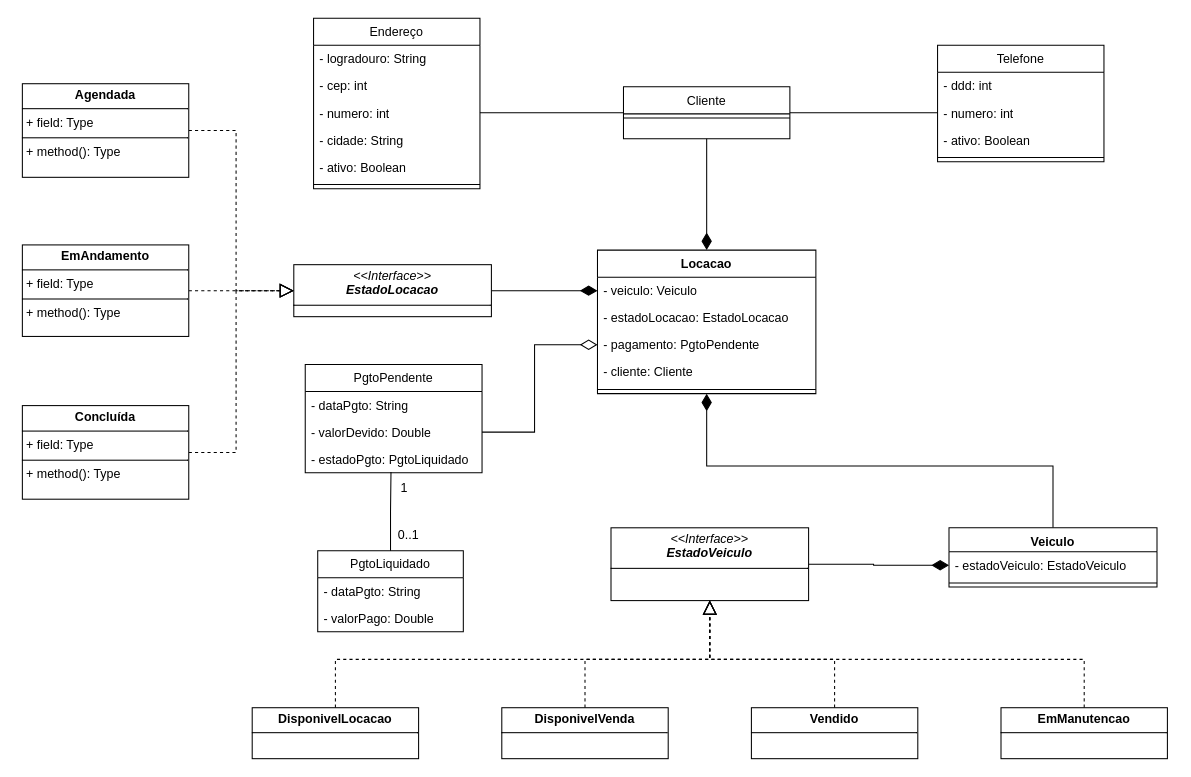
Above: Exercício 2 - Material 3.drawio in luckasppp/diagrams (draw.io), before the change. Source tidied: cells renumbered, new cells numbered last; positions are measured from the earlier drawing's top-left corner, leaving out a move shared by most shapes. Both pictures are drawn from the tidied source at 104%, with x=0, y=0 at pixel (22, 18).
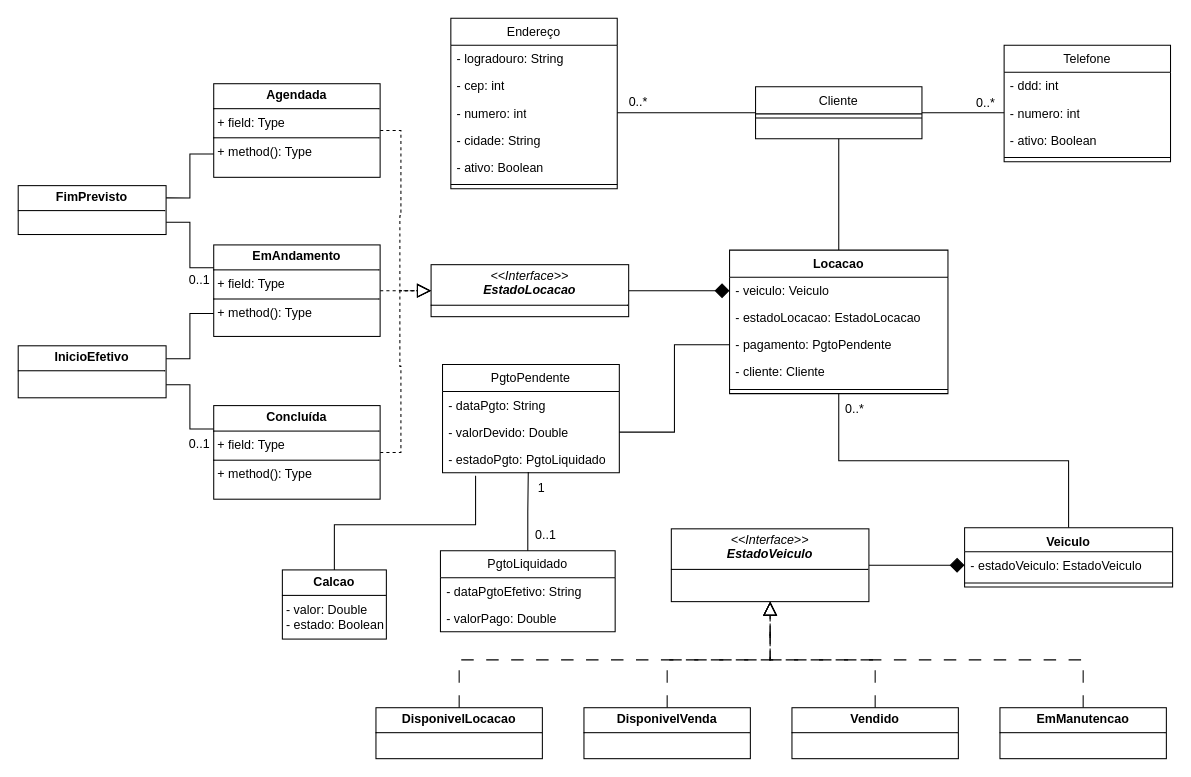
After the change.

The change refers to these unchanged cells:
```xml
<mxCell id="19" value="- veiculo: Veiculo" style="text;strokeColor=none;fillColor=none;align=left;verticalAlign=top;spacingLeft=4;spacingRight=4;overflow=hidden;points=[[0,0.5],[1,0.5]];portConstraint=eastwest;whiteSpace=wrap;html=1;" parent="18" vertex="1">
  <mxGeometry y="26" width="210" height="26" as="geometry" />
</mxCell>
<mxCell id="21" value="- pagamento: PgtoPendente" style="text;strokeColor=none;fillColor=none;align=left;verticalAlign=top;spacingLeft=4;spacingRight=4;overflow=hidden;points=[[0,0.5],[1,0.5]];portConstraint=eastwest;whiteSpace=wrap;html=1;" parent="18" vertex="1">
  <mxGeometry y="78" width="210" height="26" as="geometry" />
</mxCell>
<mxCell id="35" value="- estadoVeiculo: EstadoVeiculo" style="text;strokeColor=none;fillColor=none;align=left;verticalAlign=top;spacingLeft=4;spacingRight=4;overflow=hidden;points=[[0,0.5],[1,0.5]];portConstraint=eastwest;whiteSpace=wrap;html=1;" parent="34" vertex="1">
  <mxGeometry y="23" width="200" height="26" as="geometry" />
</mxCell>
<mxCell id="49" value="- valorDevido: Double" style="text;strokeColor=none;fillColor=none;align=left;verticalAlign=top;spacingLeft=4;spacingRight=4;overflow=hidden;points=[[0,0.5],[1,0.5]];portConstraint=eastwest;whiteSpace=wrap;html=1;" parent="47" vertex="1">
  <mxGeometry y="52" width="170" height="26" as="geometry" />
</mxCell>
<mxCell id="50" value="- estadoPgto: PgtoLiquidado" style="text;strokeColor=none;fillColor=none;align=left;verticalAlign=top;spacingLeft=4;spacingRight=4;overflow=hidden;points=[[0,0.5],[1,0.5]];portConstraint=eastwest;whiteSpace=wrap;html=1;" parent="47" vertex="1">
  <mxGeometry y="78" width="170" height="26" as="geometry" />
</mxCell>
```

What changed in the source:
```diff
@@
-    <mxCell id="2" style="edgeStyle=orthogonalEdgeStyle;rounded=0;jettySize=auto;html=1;exitX=0.5;exitY=1;exitDx=0;exitDy=0;entryX=0.5;entryY=0;entryDx=0;entryDy=0;endSize=14;endArrow=diamondThin;endFill=1;" parent="1" edge="1" source="3" target="18">
+    <mxCell id="2" style="edgeStyle=orthogonalEdgeStyle;rounded=0;jettySize=auto;html=1;exitX=0.5;exitY=1;exitDx=0;exitDy=0;entryX=0.5;entryY=0;entryDx=0;entryDy=0;endSize=14;endArrow=none;endFill=1;startFill=0;" parent="1" edge="1" source="3" target="18">
       <mxGeometry relative="1" as="geometry" />
     </mxCell>
     <mxCell id="3" value="Cliente" style="swimlane;fontStyle=0;align=center;verticalAlign=top;horizontal=1;startSize=26;rounded=0;shadow=0;strokeWidth=1;" parent="1" vertex="1">
-      <mxGeometry x="578" y="66" width="160" height="50" as="geometry" />
+      <mxGeometry x="705" y="66" width="160" height="50" as="geometry" />
     </mxCell>
@@
     <mxCell id="5" value="Endereço" style="swimlane;fontStyle=0;align=center;verticalAlign=top;horizontal=1;startSize=26;rounded=0;shadow=0;strokeWidth=1;" parent="1" vertex="1">
-      <mxGeometry x="280" width="160" height="164" as="geometry" />
+      <mxGeometry x="412" width="160" height="164" as="geometry" />
     </mxCell>
@@
     <mxCell id="13" value="Telefone" style="swimlane;fontStyle=0;align=center;verticalAlign=top;horizontal=1;startSize=26;rounded=0;shadow=0;strokeWidth=1;" parent="1" vertex="1">
-      <mxGeometry x="880" y="26" width="160" height="112" as="geometry" />
+      <mxGeometry x="944" y="26" width="160" height="112" as="geometry" />
     </mxCell>
@@
     <mxCell id="18" value="Locacao" style="swimlane;fontStyle=1;align=center;verticalAlign=top;horizontal=1;startSize=26;whiteSpace=wrap;html=1;" parent="1" vertex="1">
-      <mxGeometry x="553" y="223" width="210" height="138" as="geometry" />
+      <mxGeometry x="680" y="223" width="210" height="138" as="geometry" />
     </mxCell>
@@
-    <mxCell id="24" style="edgeStyle=orthogonalEdgeStyle;rounded=0;jettySize=auto;html=1;entryX=0;entryY=0.5;entryDx=0;entryDy=0;endSize=14;endArrow=diamondThin;endFill=1;exitX=1;exitY=0.5;exitDx=0;exitDy=0;" parent="1" edge="1" source="25" target="19">
+    <mxCell id="24" style="edgeStyle=orthogonalEdgeStyle;rounded=0;jettySize=auto;html=1;entryX=0;entryY=0.5;entryDx=0;entryDy=0;endSize=12;endArrow=diamond;endFill=1;exitX=1;exitY=0.5;exitDx=0;exitDy=0;" parent="1" edge="1" source="25" target="19">
       <mxGeometry relative="1" as="geometry" />
     </mxCell>
     <mxCell id="25" value="&lt;p style=&quot;margin:0px;margin-top:4px;text-align:center;&quot;&gt;&lt;i&gt;&amp;lt;&amp;lt;Interface&amp;gt;&amp;gt;&lt;br&gt;&lt;b&gt;EstadoLocacao&lt;/b&gt;&lt;/i&gt;&lt;/p&gt;&lt;hr size=&quot;1&quot; style=&quot;border-style:solid;&quot;&gt;&lt;p style=&quot;margin:0px;margin-left:4px;&quot;&gt;&lt;/p&gt;&lt;p style=&quot;margin:0px;margin-left:4px;&quot;&gt;&lt;br&gt;&lt;/p&gt;" style="verticalAlign=top;align=left;overflow=fill;html=1;whiteSpace=wrap;" parent="1" vertex="1">
-      <mxGeometry x="261" y="237" width="190" height="50" as="geometry" />
+      <mxGeometry x="393" y="237" width="190" height="50" as="geometry" />
     </mxCell>
@@
     <mxCell id="27" value="&lt;p style=&quot;margin:0px;margin-top:4px;text-align:center;&quot;&gt;&lt;b&gt;Agendada&lt;/b&gt;&lt;/p&gt;&lt;hr size=&quot;1&quot; style=&quot;border-style:solid;&quot;&gt;&lt;p style=&quot;margin:0px;margin-left:4px;&quot;&gt;+ field: Type&lt;/p&gt;&lt;hr size=&quot;1&quot; style=&quot;border-style:solid;&quot;&gt;&lt;p style=&quot;margin:0px;margin-left:4px;&quot;&gt;+ method(): Type&lt;/p&gt;" style="verticalAlign=top;align=left;overflow=fill;html=1;whiteSpace=wrap;" parent="1" vertex="1">
-      <mxGeometry y="63" width="160" height="90" as="geometry" />
+      <mxGeometry x="184" y="63" width="160" height="90" as="geometry" />
     </mxCell>
@@
     <mxCell id="29" value="&lt;p style=&quot;margin:0px;margin-top:4px;text-align:center;&quot;&gt;&lt;b&gt;EmAndamento&lt;/b&gt;&lt;/p&gt;&lt;hr size=&quot;1&quot; style=&quot;border-style:solid;&quot;&gt;&lt;p style=&quot;margin:0px;margin-left:4px;&quot;&gt;+ field: Type&lt;/p&gt;&lt;hr size=&quot;1&quot; style=&quot;border-style:solid;&quot;&gt;&lt;p style=&quot;margin:0px;margin-left:4px;&quot;&gt;+ method(): Type&lt;/p&gt;" style="verticalAlign=top;align=left;overflow=fill;html=1;whiteSpace=wrap;" parent="1" vertex="1">
-      <mxGeometry y="218" width="160" height="88" as="geometry" />
+      <mxGeometry x="184" y="218" width="160" height="88" as="geometry" />
     </mxCell>
@@
     <mxCell id="31" value="&lt;p style=&quot;margin:0px;margin-top:4px;text-align:center;&quot;&gt;&lt;b&gt;Concluída&lt;/b&gt;&lt;/p&gt;&lt;hr size=&quot;1&quot; style=&quot;border-style:solid;&quot;&gt;&lt;p style=&quot;margin:0px;margin-left:4px;&quot;&gt;+ field: Type&lt;/p&gt;&lt;hr size=&quot;1&quot; style=&quot;border-style:solid;&quot;&gt;&lt;p style=&quot;margin:0px;margin-left:4px;&quot;&gt;+ method(): Type&lt;/p&gt;" style="verticalAlign=top;align=left;overflow=fill;html=1;whiteSpace=wrap;" parent="1" vertex="1">
-      <mxGeometry y="372.5" width="160" height="90" as="geometry" />
+      <mxGeometry x="184" y="372.5" width="160" height="90" as="geometry" />
     </mxCell>
@@
-    <mxCell id="33" style="edgeStyle=orthogonalEdgeStyle;rounded=0;jettySize=auto;html=1;exitX=0.5;exitY=0;exitDx=0;exitDy=0;entryX=0.5;entryY=1;entryDx=0;entryDy=0;endArrow=diamondThin;endFill=1;endSize=14;" parent="1" edge="1" source="34" target="18">
+    <mxCell id="33" style="edgeStyle=orthogonalEdgeStyle;rounded=0;jettySize=auto;html=1;exitX=0.5;exitY=0;exitDx=0;exitDy=0;entryX=0.5;entryY=1;entryDx=0;entryDy=0;endArrow=none;endFill=1;endSize=14;startFill=0;" parent="1" edge="1" source="34" target="18">
       <mxGeometry relative="1" as="geometry" />
     </mxCell>
     <mxCell id="34" value="Veiculo" style="swimlane;fontStyle=1;align=center;verticalAlign=top;horizontal=1;startSize=23;whiteSpace=wrap;html=1;" parent="1" vertex="1">
-      <mxGeometry x="891" y="490" width="200" height="57" as="geometry" />
+      <mxGeometry x="906" y="490" width="200" height="57" as="geometry" />
     </mxCell>
@@
-    <mxCell id="37" style="edgeStyle=orthogonalEdgeStyle;rounded=0;jettySize=auto;html=1;endSize=14;endArrow=diamondThin;endFill=1;exitX=1;exitY=0.5;exitDx=0;exitDy=0;entryX=0;entryY=0.5;entryDx=0;entryDy=0;" parent="1" edge="1" source="38" target="35">
+    <mxCell id="37" style="edgeStyle=orthogonalEdgeStyle;rounded=0;jettySize=auto;html=1;endSize=12;endArrow=diamond;endFill=1;exitX=1;exitY=0.5;exitDx=0;exitDy=0;entryX=0;entryY=0.5;entryDx=0;entryDy=0;" parent="1" edge="1" source="38" target="35">
       <mxGeometry relative="1" as="geometry" />
     </mxCell>
     <mxCell id="38" value="&lt;p style=&quot;margin:0px;margin-top:4px;text-align:center;&quot;&gt;&lt;i&gt;&amp;lt;&amp;lt;Interface&amp;gt;&amp;gt;&lt;br&gt;&lt;b&gt;EstadoVeiculo&lt;/b&gt;&lt;/i&gt;&lt;/p&gt;&lt;hr size=&quot;1&quot; style=&quot;border-style:solid;&quot;&gt;&lt;p style=&quot;margin:0px;margin-left:4px;&quot;&gt;&lt;/p&gt;&lt;p style=&quot;margin:0px;margin-left:4px;&quot;&gt;&lt;br&gt;&lt;/p&gt;" style="verticalAlign=top;align=left;overflow=fill;html=1;whiteSpace=wrap;" parent="1" vertex="1">
-      <mxGeometry x="566" y="490" width="190" height="70" as="geometry" />
+      <mxGeometry x="624" y="491" width="190" height="70" as="geometry" />
     </mxCell>
-    <mxCell id="39" style="edgeStyle=orthogonalEdgeStyle;rounded=0;jettySize=auto;html=1;exitX=0.5;exitY=0;exitDx=0;exitDy=0;entryX=0.5;entryY=1;entryDx=0;entryDy=0;dashed=1;strokeColor=default;align=center;verticalAlign=middle;fontFamily=Helvetica;fontSize=11;fontColor=default;labelBackgroundColor=default;endArrow=block;endFill=0;endSize=11;" parent="1" edge="1" source="40" target="38">
+    <mxCell id="39" style="edgeStyle=orthogonalEdgeStyle;rounded=0;jettySize=auto;html=1;exitX=0.5;exitY=0;exitDx=0;exitDy=0;entryX=0.5;entryY=1;entryDx=0;entryDy=0;dashed=1;strokeColor=default;align=center;verticalAlign=middle;fontFamily=Helvetica;fontSize=11;fontColor=default;labelBackgroundColor=default;endArrow=block;endFill=0;endSize=11;dashPattern=12 12;" parent="1" edge="1" source="40" target="38">
       <mxGeometry relative="1" as="geometry" />
     </mxCell>
     <mxCell id="40" value="&lt;p style=&quot;margin:0px;margin-top:4px;text-align:center;&quot;&gt;&lt;b&gt;DisponivelVenda&lt;/b&gt;&lt;/p&gt;&lt;hr size=&quot;1&quot; style=&quot;border-style:solid;&quot;&gt;&lt;p style=&quot;margin:0px;margin-left:4px;&quot;&gt;&lt;/p&gt;&lt;p style=&quot;margin:0px;margin-left:4px;&quot;&gt;&lt;br&gt;&lt;/p&gt;" style="verticalAlign=top;align=left;overflow=fill;html=1;whiteSpace=wrap;" parent="1" vertex="1">
-      <mxGeometry x="461" y="663" width="160" height="49" as="geometry" />
+      <mxGeometry x="540" y="663" width="160" height="49" as="geometry" />
     </mxCell>
-    <mxCell id="41" style="edgeStyle=orthogonalEdgeStyle;rounded=0;jettySize=auto;html=1;exitX=0.5;exitY=0;exitDx=0;exitDy=0;dashed=1;strokeColor=default;align=center;verticalAlign=middle;fontFamily=Helvetica;fontSize=11;fontColor=default;labelBackgroundColor=default;endArrow=block;endFill=0;endSize=11;entryX=0.5;entryY=1;entryDx=0;entryDy=0;" parent="1" edge="1" source="42" target="38">
+    <mxCell id="41" style="edgeStyle=orthogonalEdgeStyle;rounded=0;jettySize=auto;html=1;exitX=0.5;exitY=0;exitDx=0;exitDy=0;dashed=1;strokeColor=default;align=center;verticalAlign=middle;fontFamily=Helvetica;fontSize=11;fontColor=default;labelBackgroundColor=default;endArrow=block;endFill=0;endSize=11;entryX=0.5;entryY=1;entryDx=0;entryDy=0;dashPattern=12 12;" parent="1" edge="1" source="42" target="38">
       <mxGeometry relative="1" as="geometry" />
     </mxCell>
     <mxCell id="42" value="&lt;p style=&quot;margin:0px;margin-top:4px;text-align:center;&quot;&gt;&lt;b&gt;Vendido&lt;/b&gt;&lt;/p&gt;&lt;hr size=&quot;1&quot; style=&quot;border-style:solid;&quot;&gt;&lt;p style=&quot;margin:0px;margin-left:4px;&quot;&gt;&lt;/p&gt;&lt;p style=&quot;margin:0px;margin-left:4px;&quot;&gt;&lt;br&gt;&lt;/p&gt;" style="verticalAlign=top;align=left;overflow=fill;html=1;whiteSpace=wrap;" parent="1" vertex="1">
-      <mxGeometry x="701" y="663" width="160" height="49" as="geometry" />
+      <mxGeometry x="740" y="663" width="160" height="49" as="geometry" />
     </mxCell>
-    <mxCell id="43" style="edgeStyle=orthogonalEdgeStyle;rounded=0;jettySize=auto;html=1;exitX=0.5;exitY=0;exitDx=0;exitDy=0;entryX=0.5;entryY=1;entryDx=0;entryDy=0;endSize=11;endArrow=block;endFill=0;dashed=1;" parent="1" edge="1" source="44" target="38">
+    <mxCell id="43" style="edgeStyle=orthogonalEdgeStyle;rounded=0;jettySize=auto;html=1;exitX=0.5;exitY=0;exitDx=0;exitDy=0;entryX=0.5;entryY=1;entryDx=0;entryDy=0;endSize=11;endArrow=block;endFill=0;dashed=1;dashPattern=12 12;" parent="1" edge="1" source="44" target="38">
       <mxGeometry relative="1" as="geometry" />
     </mxCell>
     <mxCell id="44" value="&lt;p style=&quot;margin:0px;margin-top:4px;text-align:center;&quot;&gt;&lt;b&gt;EmManutencao&lt;/b&gt;&lt;/p&gt;&lt;hr size=&quot;1&quot; style=&quot;border-style:solid;&quot;&gt;&lt;p style=&quot;margin:0px;margin-left:4px;&quot;&gt;&lt;/p&gt;&lt;p style=&quot;margin:0px;margin-left:4px;&quot;&gt;&lt;br&gt;&lt;/p&gt;" style="verticalAlign=top;align=left;overflow=fill;html=1;whiteSpace=wrap;" parent="1" vertex="1">
-      <mxGeometry x="941" y="663" width="160" height="49" as="geometry" />
+      <mxGeometry x="940" y="663" width="160" height="49" as="geometry" />
     </mxCell>
-    <mxCell id="45" style="edgeStyle=orthogonalEdgeStyle;rounded=0;jettySize=auto;html=1;exitX=0.5;exitY=0;exitDx=0;exitDy=0;entryX=0.5;entryY=1;entryDx=0;entryDy=0;endSize=11;endArrow=block;endFill=0;dashed=1;" parent="1" edge="1" source="46" target="38">
+    <mxCell id="45" style="edgeStyle=orthogonalEdgeStyle;rounded=0;jettySize=auto;html=1;exitX=0.5;exitY=0;exitDx=0;exitDy=0;entryX=0.5;entryY=1;entryDx=0;entryDy=0;endSize=11;endArrow=block;endFill=0;dashed=1;dashPattern=12 12;" parent="1" edge="1" source="46" target="38">
       <mxGeometry relative="1" as="geometry" />
     </mxCell>
     <mxCell id="46" value="&lt;p style=&quot;margin:0px;margin-top:4px;text-align:center;&quot;&gt;&lt;b&gt;DisponivelLocacao&lt;/b&gt;&lt;/p&gt;&lt;hr size=&quot;1&quot; style=&quot;border-style:solid;&quot;&gt;&lt;p style=&quot;margin:0px;margin-left:4px;&quot;&gt;&lt;/p&gt;&lt;p style=&quot;margin:0px;margin-left:4px;&quot;&gt;&lt;br&gt;&lt;/p&gt;" style="verticalAlign=top;align=left;overflow=fill;html=1;whiteSpace=wrap;" parent="1" vertex="1">
-      <mxGeometry x="221" y="663" width="160" height="49" as="geometry" />
+      <mxGeometry x="340" y="663" width="160" height="49" as="geometry" />
     </mxCell>
     <mxCell id="47" value="PgtoPendente" style="swimlane;fontStyle=0;horizontal=1;startSize=26;fillColor=none;whiteSpace=wrap;html=1;" parent="1" vertex="1">
-      <mxGeometry x="272" y="333" width="170" height="104" as="geometry" />
+      <mxGeometry x="404" y="333" width="170" height="104" as="geometry" />
     </mxCell>
@@
     <mxCell id="51" value="PgtoLiquidado" style="swimlane;fontStyle=0;horizontal=1;startSize=26;fillColor=none;whiteSpace=wrap;html=1;" parent="1" vertex="1">
-      <mxGeometry x="284" y="512" width="140" height="78" as="geometry" />
+      <mxGeometry x="402" y="512" width="168" height="78" as="geometry" />
     </mxCell>
-    <mxCell id="52" value="- dataPgto: String" style="text;strokeColor=none;fillColor=none;align=left;verticalAlign=top;spacingLeft=4;spacingRight=4;overflow=hidden;whiteSpace=wrap;html=1;" parent="51" vertex="1">
-      <mxGeometry y="26" width="140" height="26" as="geometry" />
+    <mxCell id="52" value="- dataPgtoEfetivo: String" style="text;strokeColor=none;fillColor=none;align=left;verticalAlign=top;spacingLeft=4;spacingRight=4;overflow=hidden;whiteSpace=wrap;html=1;" parent="51" vertex="1">
+      <mxGeometry y="26" width="168" height="26" as="geometry" />
     </mxCell>
     <mxCell id="53" value="- valorPago: Double" style="text;strokeColor=none;fillColor=none;align=left;verticalAlign=top;spacingLeft=4;spacingRight=4;overflow=hidden;whiteSpace=wrap;html=1;" parent="51" vertex="1">
-      <mxGeometry y="52" width="140" height="26" as="geometry" />
+      <mxGeometry y="52" width="168" height="26" as="geometry" />
     </mxCell>
@@
     <mxCell id="55" value="1" style="text;html=1;align=center;verticalAlign=middle;strokeColor=none;fillColor=none;" parent="1" vertex="1">
-      <mxGeometry x="352" y="437" width="30" height="30" as="geometry" />
+      <mxGeometry x="484" y="437" width="30" height="30" as="geometry" />
     </mxCell>
     <mxCell id="56" value="0..1" style="text;html=1;align=center;verticalAlign=middle;strokeColor=none;fillColor=none;" parent="1" vertex="1">
-      <mxGeometry x="351" y="482" width="40" height="30" as="geometry" />
+      <mxGeometry x="483" y="482" width="40" height="30" as="geometry" />
     </mxCell>
-    <mxCell id="57" style="edgeStyle=orthogonalEdgeStyle;rounded=0;jettySize=auto;html=1;exitX=1;exitY=0.5;exitDx=0;exitDy=0;entryX=0;entryY=0.5;entryDx=0;entryDy=0;endArrow=diamondThin;endFill=0;endSize=14;" parent="1" edge="1" source="49" target="21">
+    <mxCell id="57" style="edgeStyle=orthogonalEdgeStyle;rounded=0;jettySize=auto;html=1;exitX=1;exitY=0.5;exitDx=0;exitDy=0;entryX=0;entryY=0.5;entryDx=0;entryDy=0;endArrow=none;endFill=0;endSize=14;startFill=0;" parent="1" edge="1" source="49" target="21">
       <mxGeometry relative="1" as="geometry" />
     </mxCell>
+    <mxCell id="58" style="edgeStyle=orthogonalEdgeStyle;rounded=0;jettySize=auto;html=1;exitX=1;exitY=0.25;exitDx=0;exitDy=0;entryX=0;entryY=0.75;entryDx=0;entryDy=0;endArrow=none;startFill=0;" parent="1" edge="1" source="60" target="27">
+      <mxGeometry relative="1" as="geometry" />
+    </mxCell>
+    <mxCell id="59" style="edgeStyle=orthogonalEdgeStyle;rounded=0;jettySize=auto;html=1;exitX=1;exitY=0.75;exitDx=0;exitDy=0;entryX=0;entryY=0.25;entryDx=0;entryDy=0;endArrow=none;startFill=0;" parent="1" edge="1" source="60" target="29">
+      <mxGeometry relative="1" as="geometry" />
+    </mxCell>
+    <mxCell id="60" value="&lt;p style=&quot;margin:0px;margin-top:4px;text-align:center;&quot;&gt;&lt;b&gt;FimPrevisto&lt;/b&gt;&lt;/p&gt;&lt;hr size=&quot;1&quot; style=&quot;border-style:solid;&quot;&gt;&lt;p style=&quot;margin:0px;margin-left:4px;&quot;&gt;&lt;/p&gt;&lt;p style=&quot;margin:0px;margin-left:4px;&quot;&gt;&lt;br&gt;&lt;/p&gt;" style="verticalAlign=top;align=left;overflow=fill;html=1;whiteSpace=wrap;" parent="1" vertex="1">
+      <mxGeometry x="-4" y="161" width="142.2" height="47" as="geometry" />
+    </mxCell>
+    <mxCell id="61" style="edgeStyle=orthogonalEdgeStyle;rounded=0;jettySize=auto;html=1;exitX=1;exitY=0.25;exitDx=0;exitDy=0;entryX=0;entryY=0.75;entryDx=0;entryDy=0;endArrow=none;startFill=0;" parent="1" edge="1" source="63" target="29">
+      <mxGeometry relative="1" as="geometry" />
+    </mxCell>
+    <mxCell id="62" style="edgeStyle=orthogonalEdgeStyle;rounded=0;jettySize=auto;html=1;exitX=1;exitY=0.75;exitDx=0;exitDy=0;entryX=0;entryY=0.25;entryDx=0;entryDy=0;endArrow=none;startFill=0;" parent="1" edge="1" source="63" target="31">
+      <mxGeometry relative="1" as="geometry" />
+    </mxCell>
+    <mxCell id="63" value="&lt;p style=&quot;margin:0px;margin-top:4px;text-align:center;&quot;&gt;&lt;b&gt;InicioEfetivo&lt;/b&gt;&lt;/p&gt;&lt;hr size=&quot;1&quot; style=&quot;border-style:solid;&quot;&gt;&lt;p style=&quot;margin:0px;margin-left:4px;&quot;&gt;&lt;/p&gt;&lt;p style=&quot;margin:0px;margin-left:4px;&quot;&gt;&lt;br&gt;&lt;/p&gt;" style="verticalAlign=top;align=left;overflow=fill;html=1;whiteSpace=wrap;" parent="1" vertex="1">
+      <mxGeometry x="-4" y="315" width="142.2" height="50" as="geometry" />
+    </mxCell>
+    <mxCell id="64" value="0..1" style="text;html=1;align=center;verticalAlign=middle;strokeColor=none;fillColor=none;" parent="1" vertex="1">
+      <mxGeometry x="150" y="237" width="40" height="30" as="geometry" />
+    </mxCell>
+    <mxCell id="65" value="0..1" style="text;html=1;align=center;verticalAlign=middle;strokeColor=none;fillColor=none;" parent="1" vertex="1">
+      <mxGeometry x="150" y="395" width="40" height="30" as="geometry" />
+    </mxCell>
+    <mxCell id="66" value="0..*" style="text;html=1;align=center;verticalAlign=middle;strokeColor=none;fillColor=none;" parent="1" vertex="1">
+      <mxGeometry x="780" y="361" width="40" height="30" as="geometry" />
+    </mxCell>
+    <mxCell id="67" style="edgeStyle=orthogonalEdgeStyle;rounded=0;jettySize=auto;html=1;exitX=0.5;exitY=0;exitDx=0;exitDy=0;entryX=0.187;entryY=1.115;entryDx=0;entryDy=0;endArrow=none;startFill=0;entryPerimeter=0;" parent="1" edge="1" source="68" target="50">
+      <mxGeometry relative="1" as="geometry">
+        <Array as="points">
+          <mxPoint x="300" y="487" />
+          <mxPoint x="436" y="487" />
+        </Array>
+      </mxGeometry>
+    </mxCell>
+    <mxCell id="68" value="&lt;p style=&quot;margin:0px;margin-top:4px;text-align:center;&quot;&gt;&lt;b&gt;Calcao&lt;/b&gt;&lt;/p&gt;&lt;hr size=&quot;1&quot; style=&quot;border-style:solid;&quot;&gt;&lt;p style=&quot;margin:0px;margin-left:4px;&quot;&gt;&lt;/p&gt;&lt;p style=&quot;margin:0px;margin-left:4px;&quot;&gt;- valor: Double&lt;/p&gt;&lt;p style=&quot;margin:0px;margin-left:4px;&quot;&gt;- estado: Boolean&lt;/p&gt;" style="verticalAlign=top;align=left;overflow=fill;html=1;whiteSpace=wrap;" parent="1" vertex="1">
+      <mxGeometry x="250" y="530.5" width="100" height="66.5" as="geometry" />
+    </mxCell>
+    <mxCell id="69" value="0..*" style="text;html=1;align=center;verticalAlign=middle;strokeColor=none;fillColor=none;" parent="1" vertex="1">
+      <mxGeometry x="572" y="66" width="40" height="30" as="geometry" />
+    </mxCell>
+    <mxCell id="70" value="0..*" style="text;html=1;align=center;verticalAlign=middle;strokeColor=none;fillColor=none;" parent="1" vertex="1">
+      <mxGeometry x="906" y="67" width="40" height="30" as="geometry" />
+    </mxCell>
```
